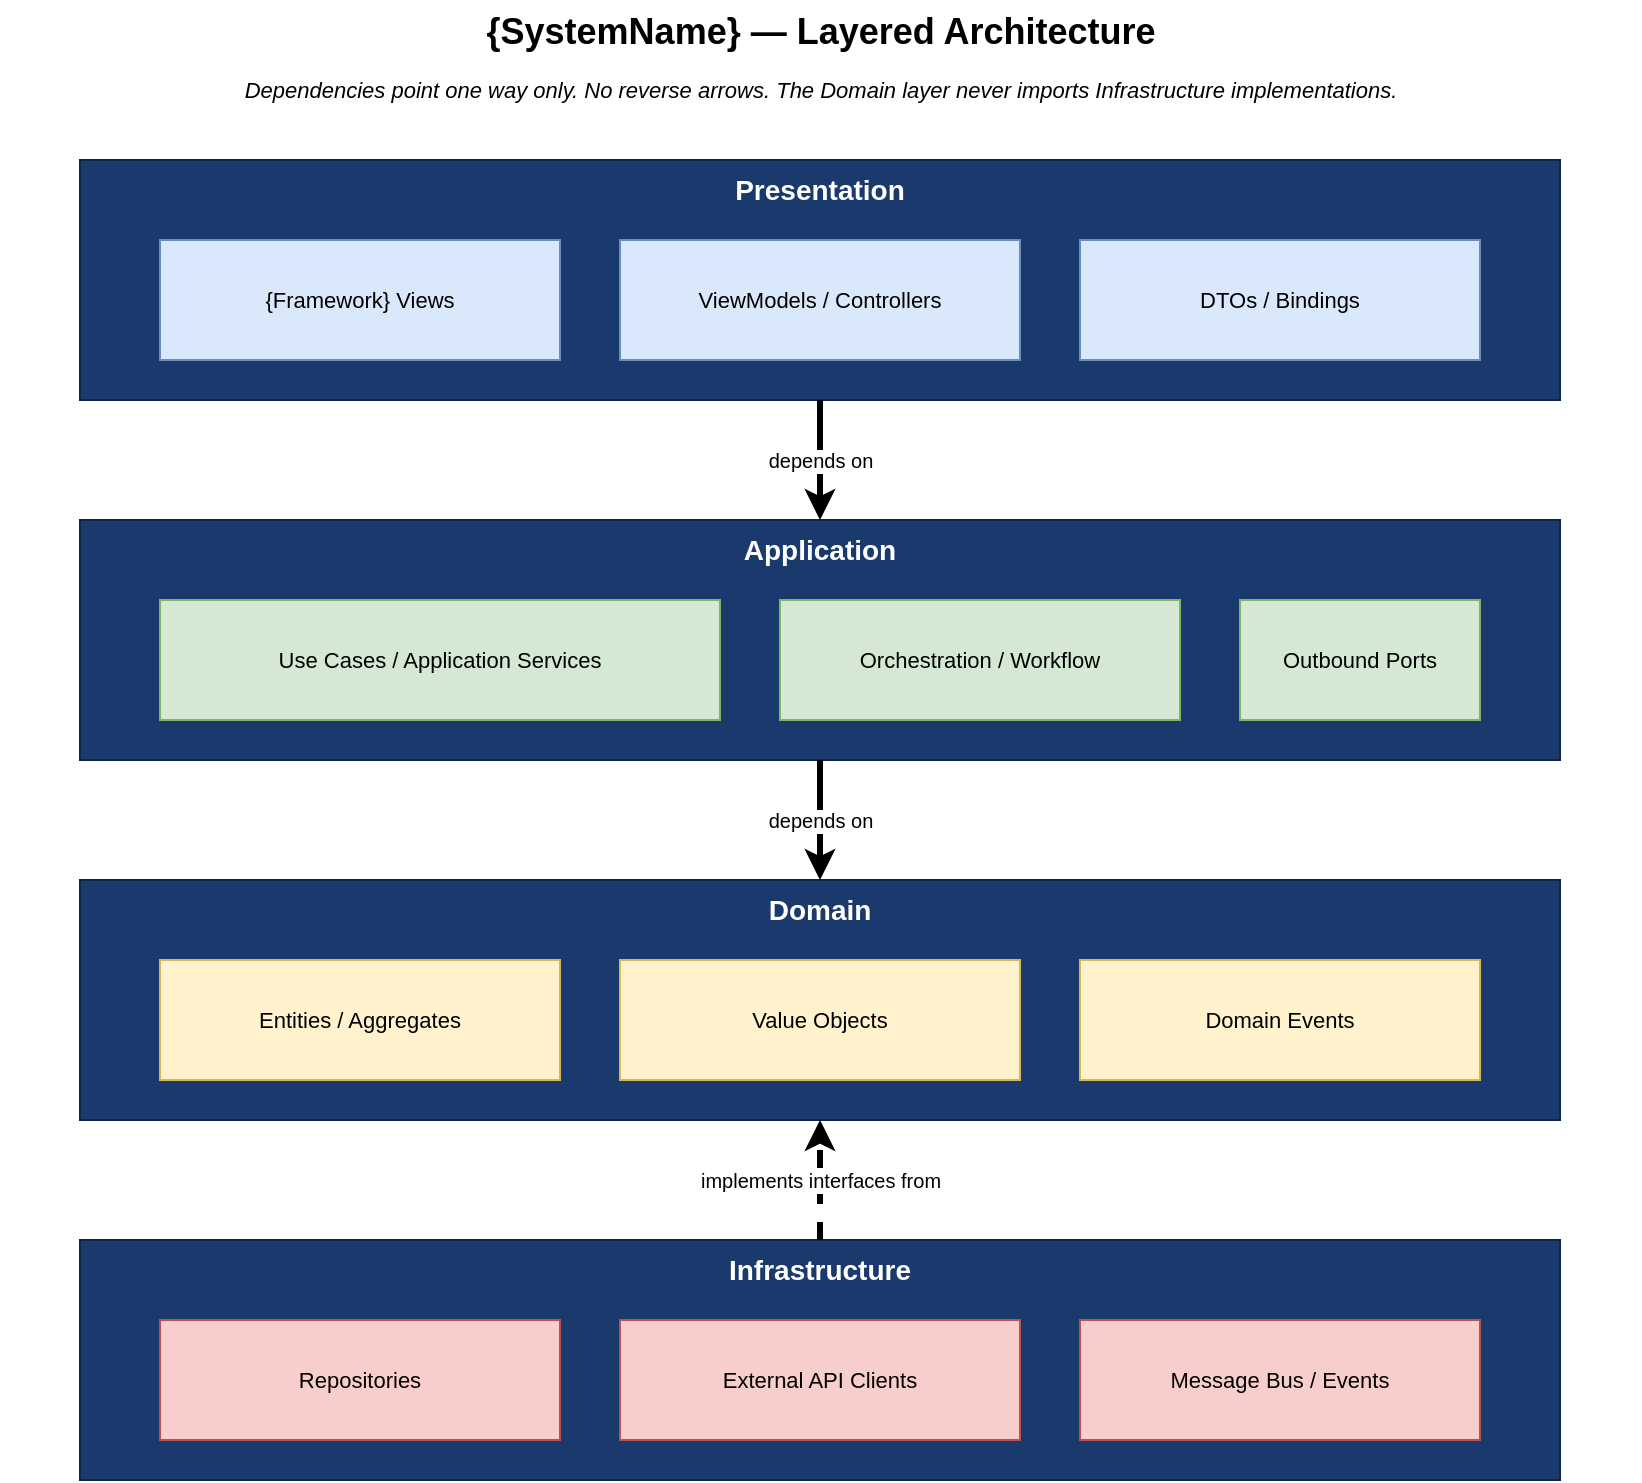
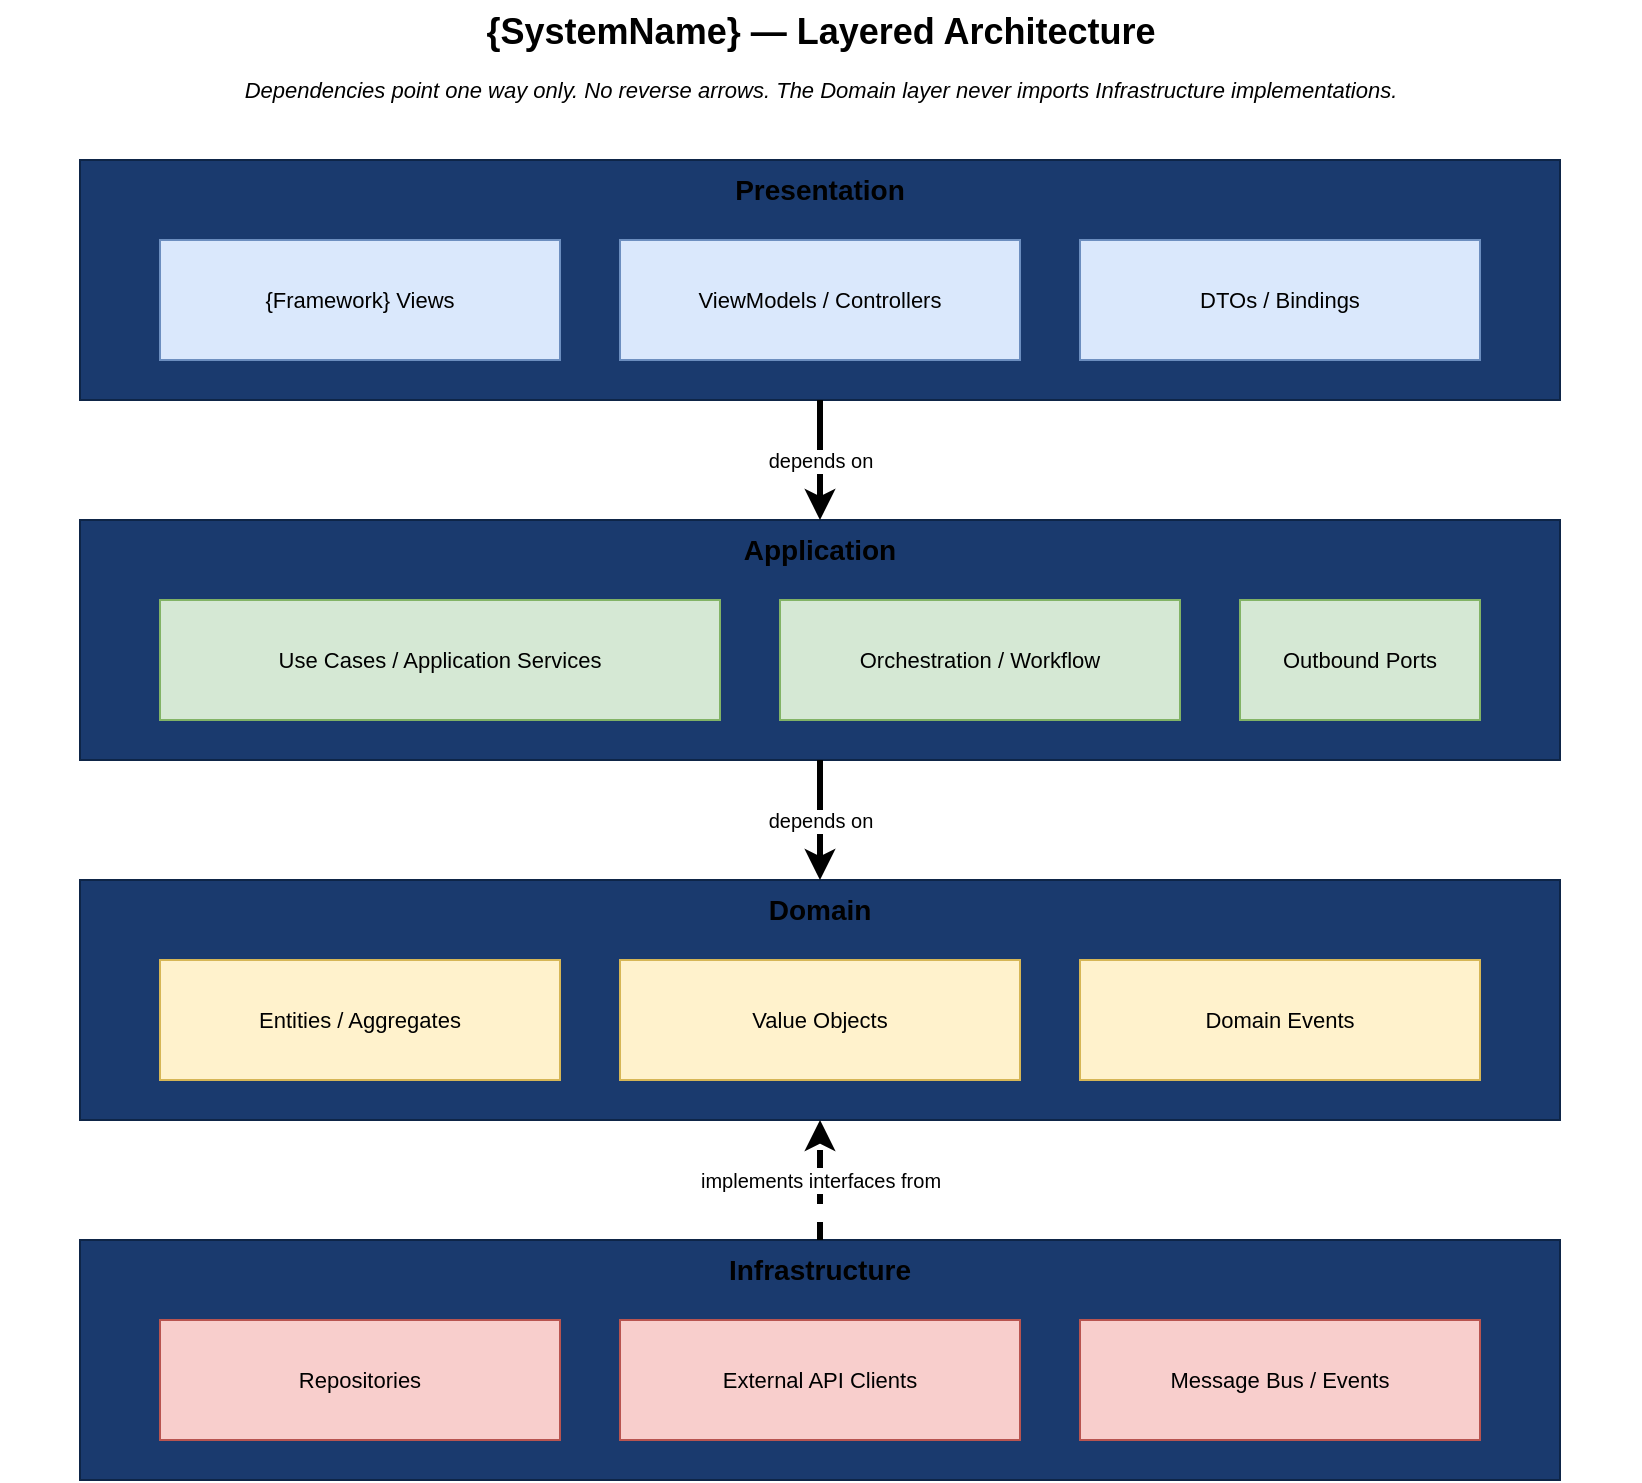
- <mxfile host="app.diagrams.net" type="device">
-   <diagram id="layered-architecture" name="Layered Architecture">
-     <mxGraphModel dx="1422" dy="757" grid="1" gridSize="10" guides="1" tooltips="1" connect="1" arrows="1" fold="1" page="1" pageScale="1" pageWidth="900" pageHeight="900" math="0" shadow="0">
-       <root>
-         <mxCell id="0"/>
-         <mxCell id="1" parent="0"/>
- 
-         <!-- TITLE -->
-         <mxCell id="title" value="{SystemName} — Layered Architecture" style="text;html=1;align=center;verticalAlign=middle;fontSize=18;fontStyle=1;" vertex="1" parent="1">
-           <mxGeometry x="40" y="20" width="820" height="32" as="geometry"/>
-         </mxCell>
-         <mxCell id="subtitle" value="Dependencies point one way only. No reverse arrows. The Domain layer never imports Infrastructure implementations." style="text;html=1;align=center;verticalAlign=middle;fontSize=11;fontStyle=2;" vertex="1" parent="1">
-           <mxGeometry x="40" y="55" width="820" height="20" as="geometry"/>
-         </mxCell>
- 
-         <!-- ========== PRESENTATION LAYER ========== -->
-         <mxCell id="presentation" value="Presentation" style="rounded=0;whiteSpace=wrap;html=1;fillColor=#1a3a6e;strokeColor=#0e2547;fontColor=#ffffff;fontSize=14;fontStyle=1;verticalAlign=top;" vertex="1" parent="1">
-           <mxGeometry x="80" y="100" width="740" height="120" as="geometry"/>
-         </mxCell>
-         <mxCell id="presView" value="{Framework} Views" style="rounded=0;whiteSpace=wrap;html=1;fillColor=#dae8fc;strokeColor=#6c8ebf;fontSize=11;" vertex="1" parent="1">
-           <mxGeometry x="120" y="140" width="200" height="60" as="geometry"/>
-         </mxCell>
-         <mxCell id="presVm" value="ViewModels / Controllers" style="rounded=0;whiteSpace=wrap;html=1;fillColor=#dae8fc;strokeColor=#6c8ebf;fontSize=11;" vertex="1" parent="1">
-           <mxGeometry x="350" y="140" width="200" height="60" as="geometry"/>
-         </mxCell>
-         <mxCell id="presDto" value="DTOs / Bindings" style="rounded=0;whiteSpace=wrap;html=1;fillColor=#dae8fc;strokeColor=#6c8ebf;fontSize=11;" vertex="1" parent="1">
-           <mxGeometry x="580" y="140" width="200" height="60" as="geometry"/>
-         </mxCell>
- 
-         <!-- ========== APPLICATION LAYER ========== -->
-         <mxCell id="application" value="Application" style="rounded=0;whiteSpace=wrap;html=1;fillColor=#1a3a6e;strokeColor=#0e2547;fontColor=#ffffff;fontSize=14;fontStyle=1;verticalAlign=top;" vertex="1" parent="1">
-           <mxGeometry x="80" y="280" width="740" height="120" as="geometry"/>
-         </mxCell>
-         <mxCell id="appUseCases" value="Use Cases / Application Services" style="rounded=0;whiteSpace=wrap;html=1;fillColor=#d5e8d4;strokeColor=#82b366;fontSize=11;" vertex="1" parent="1">
-           <mxGeometry x="120" y="320" width="280" height="60" as="geometry"/>
-         </mxCell>
-         <mxCell id="appOrch" value="Orchestration / Workflow" style="rounded=0;whiteSpace=wrap;html=1;fillColor=#d5e8d4;strokeColor=#82b366;fontSize=11;" vertex="1" parent="1">
-           <mxGeometry x="430" y="320" width="200" height="60" as="geometry"/>
-         </mxCell>
-         <mxCell id="appPort" value="Outbound Ports" style="rounded=0;whiteSpace=wrap;html=1;fillColor=#d5e8d4;strokeColor=#82b366;fontSize=11;" vertex="1" parent="1">
-           <mxGeometry x="660" y="320" width="120" height="60" as="geometry"/>
-         </mxCell>
- 
-         <!-- ========== DOMAIN LAYER ========== -->
-         <mxCell id="domain" value="Domain" style="rounded=0;whiteSpace=wrap;html=1;fillColor=#1a3a6e;strokeColor=#0e2547;fontColor=#ffffff;fontSize=14;fontStyle=1;verticalAlign=top;" vertex="1" parent="1">
-           <mxGeometry x="80" y="460" width="740" height="120" as="geometry"/>
-         </mxCell>
-         <mxCell id="domEntities" value="Entities / Aggregates" style="rounded=0;whiteSpace=wrap;html=1;fillColor=#fff2cc;strokeColor=#d6b656;fontSize=11;" vertex="1" parent="1">
-           <mxGeometry x="120" y="500" width="200" height="60" as="geometry"/>
-         </mxCell>
-         <mxCell id="domValues" value="Value Objects" style="rounded=0;whiteSpace=wrap;html=1;fillColor=#fff2cc;strokeColor=#d6b656;fontSize=11;" vertex="1" parent="1">
-           <mxGeometry x="350" y="500" width="200" height="60" as="geometry"/>
-         </mxCell>
-         <mxCell id="domEvents" value="Domain Events" style="rounded=0;whiteSpace=wrap;html=1;fillColor=#fff2cc;strokeColor=#d6b656;fontSize=11;" vertex="1" parent="1">
-           <mxGeometry x="580" y="500" width="200" height="60" as="geometry"/>
-         </mxCell>
- 
-         <!-- ========== INFRASTRUCTURE LAYER ========== -->
-         <mxCell id="infrastructure" value="Infrastructure" style="rounded=0;whiteSpace=wrap;html=1;fillColor=#1a3a6e;strokeColor=#0e2547;fontColor=#ffffff;fontSize=14;fontStyle=1;verticalAlign=top;" vertex="1" parent="1">
-           <mxGeometry x="80" y="640" width="740" height="120" as="geometry"/>
-         </mxCell>
-         <mxCell id="infraRepo" value="Repositories" style="rounded=0;whiteSpace=wrap;html=1;fillColor=#f8cecc;strokeColor=#b85450;fontSize=11;" vertex="1" parent="1">
-           <mxGeometry x="120" y="680" width="200" height="60" as="geometry"/>
-         </mxCell>
-         <mxCell id="infraExt" value="External API Clients" style="rounded=0;whiteSpace=wrap;html=1;fillColor=#f8cecc;strokeColor=#b85450;fontSize=11;" vertex="1" parent="1">
-           <mxGeometry x="350" y="680" width="200" height="60" as="geometry"/>
-         </mxCell>
-         <mxCell id="infraBus" value="Message Bus / Events" style="rounded=0;whiteSpace=wrap;html=1;fillColor=#f8cecc;strokeColor=#b85450;fontSize=11;" vertex="1" parent="1">
-           <mxGeometry x="580" y="680" width="200" height="60" as="geometry"/>
-         </mxCell>
- 
-         <!-- ========== DEPENDENCY ARROWS (one-way) ========== -->
-         <mxCell id="arr1" value="depends on" style="endArrow=classic;html=1;exitX=0.5;exitY=1;entryX=0.5;entryY=0;strokeWidth=3;fontSize=10;" edge="1" parent="1" source="presentation" target="application">
-           <mxGeometry relative="1" as="geometry"/>
-         </mxCell>
-         <mxCell id="arr2" value="depends on" style="endArrow=classic;html=1;exitX=0.5;exitY=1;entryX=0.5;entryY=0;strokeWidth=3;fontSize=10;" edge="1" parent="1" source="application" target="domain">
-           <mxGeometry relative="1" as="geometry"/>
-         </mxCell>
-         <mxCell id="arr3" value="implements interfaces from" style="endArrow=classic;html=1;exitX=0.5;exitY=0;entryX=0.5;entryY=1;dashed=1;strokeWidth=3;fontSize=10;" edge="1" parent="1" source="infrastructure" target="domain">
-           <mxGeometry relative="1" as="geometry"/>
-         </mxCell>
- 
-       </root>
-     </mxGraphModel>
-   </diagram>
- </mxfile>
+ <mxfile host="65bd71144e">
+     <diagram id="layered-architecture" name="Layered Architecture">
+         <mxGraphModel dx="666" dy="457" grid="1" gridSize="10" guides="1" tooltips="1" connect="1" arrows="1" fold="1" page="1" pageScale="1" pageWidth="900" pageHeight="900" math="0" shadow="0">
+             <root>
+                 <mxCell id="0"/>
+                 <mxCell id="1" parent="0"/>
+                 <mxCell id="title" value="{SystemName} — Layered Architecture" style="text;html=1;align=center;verticalAlign=middle;fontSize=18;fontStyle=1;fontColor=#000000;" parent="1" vertex="1">
+                     <mxGeometry x="40" y="20" width="820" height="32" as="geometry"/>
+                 </mxCell>
+                 <mxCell id="subtitle" value="Dependencies point one way only. No reverse arrows. The Domain layer never imports Infrastructure implementations." style="text;html=1;align=center;verticalAlign=middle;fontSize=11;fontStyle=2;fontColor=#000000;" parent="1" vertex="1">
+                     <mxGeometry x="40" y="55" width="820" height="20" as="geometry"/>
+                 </mxCell>
+                 <mxCell id="presentation" value="Presentation" style="rounded=0;whiteSpace=wrap;html=1;fillColor=#1a3a6e;strokeColor=#0e2547;fontColor=#000000;fontSize=14;fontStyle=1;verticalAlign=top;" parent="1" vertex="1">
+                     <mxGeometry x="80" y="100" width="740" height="120" as="geometry"/>
+                 </mxCell>
+                 <mxCell id="presView" value="{Framework} Views" style="rounded=0;whiteSpace=wrap;html=1;fillColor=#dae8fc;strokeColor=#6c8ebf;fontSize=11;fontColor=#000000;" parent="1" vertex="1">
+                     <mxGeometry x="120" y="140" width="200" height="60" as="geometry"/>
+                 </mxCell>
+                 <mxCell id="presVm" value="ViewModels / Controllers" style="rounded=0;whiteSpace=wrap;html=1;fillColor=#dae8fc;strokeColor=#6c8ebf;fontSize=11;fontColor=#000000;" parent="1" vertex="1">
+                     <mxGeometry x="350" y="140" width="200" height="60" as="geometry"/>
+                 </mxCell>
+                 <mxCell id="presDto" value="DTOs / Bindings" style="rounded=0;whiteSpace=wrap;html=1;fillColor=#dae8fc;strokeColor=#6c8ebf;fontSize=11;fontColor=#000000;" parent="1" vertex="1">
+                     <mxGeometry x="580" y="140" width="200" height="60" as="geometry"/>
+                 </mxCell>
+                 <mxCell id="application" value="Application" style="rounded=0;whiteSpace=wrap;html=1;fillColor=#1a3a6e;strokeColor=#0e2547;fontColor=#000000;fontSize=14;fontStyle=1;verticalAlign=top;" parent="1" vertex="1">
+                     <mxGeometry x="80" y="280" width="740" height="120" as="geometry"/>
+                 </mxCell>
+                 <mxCell id="appUseCases" value="Use Cases / Application Services" style="rounded=0;whiteSpace=wrap;html=1;fillColor=#d5e8d4;strokeColor=#82b366;fontSize=11;fontColor=#000000;" parent="1" vertex="1">
+                     <mxGeometry x="120" y="320" width="280" height="60" as="geometry"/>
+                 </mxCell>
+                 <mxCell id="appOrch" value="Orchestration / Workflow" style="rounded=0;whiteSpace=wrap;html=1;fillColor=#d5e8d4;strokeColor=#82b366;fontSize=11;fontColor=#000000;" parent="1" vertex="1">
+                     <mxGeometry x="430" y="320" width="200" height="60" as="geometry"/>
+                 </mxCell>
+                 <mxCell id="appPort" value="Outbound Ports" style="rounded=0;whiteSpace=wrap;html=1;fillColor=#d5e8d4;strokeColor=#82b366;fontSize=11;fontColor=#000000;" parent="1" vertex="1">
+                     <mxGeometry x="660" y="320" width="120" height="60" as="geometry"/>
+                 </mxCell>
+                 <mxCell id="domain" value="Domain" style="rounded=0;whiteSpace=wrap;html=1;fillColor=#1a3a6e;strokeColor=#0e2547;fontColor=#000000;fontSize=14;fontStyle=1;verticalAlign=top;" parent="1" vertex="1">
+                     <mxGeometry x="80" y="460" width="740" height="120" as="geometry"/>
+                 </mxCell>
+                 <mxCell id="domEntities" value="Entities / Aggregates" style="rounded=0;whiteSpace=wrap;html=1;fillColor=#fff2cc;strokeColor=#d6b656;fontSize=11;fontColor=#000000;" parent="1" vertex="1">
+                     <mxGeometry x="120" y="500" width="200" height="60" as="geometry"/>
+                 </mxCell>
+                 <mxCell id="domValues" value="Value Objects" style="rounded=0;whiteSpace=wrap;html=1;fillColor=#fff2cc;strokeColor=#d6b656;fontSize=11;fontColor=#000000;" parent="1" vertex="1">
+                     <mxGeometry x="350" y="500" width="200" height="60" as="geometry"/>
+                 </mxCell>
+                 <mxCell id="domEvents" value="Domain Events" style="rounded=0;whiteSpace=wrap;html=1;fillColor=#fff2cc;strokeColor=#d6b656;fontSize=11;fontColor=#000000;" parent="1" vertex="1">
+                     <mxGeometry x="580" y="500" width="200" height="60" as="geometry"/>
+                 </mxCell>
+                 <mxCell id="infrastructure" value="Infrastructure" style="rounded=0;whiteSpace=wrap;html=1;fillColor=#1a3a6e;strokeColor=#0e2547;fontColor=#000000;fontSize=14;fontStyle=1;verticalAlign=top;" parent="1" vertex="1">
+                     <mxGeometry x="80" y="640" width="740" height="120" as="geometry"/>
+                 </mxCell>
+                 <mxCell id="infraRepo" value="Repositories" style="rounded=0;whiteSpace=wrap;html=1;fillColor=#f8cecc;strokeColor=#b85450;fontSize=11;fontColor=#000000;" parent="1" vertex="1">
+                     <mxGeometry x="120" y="680" width="200" height="60" as="geometry"/>
+                 </mxCell>
+                 <mxCell id="infraExt" value="External API Clients" style="rounded=0;whiteSpace=wrap;html=1;fillColor=#f8cecc;strokeColor=#b85450;fontSize=11;fontColor=#000000;" parent="1" vertex="1">
+                     <mxGeometry x="350" y="680" width="200" height="60" as="geometry"/>
+                 </mxCell>
+                 <mxCell id="infraBus" value="Message Bus / Events" style="rounded=0;whiteSpace=wrap;html=1;fillColor=#f8cecc;strokeColor=#b85450;fontSize=11;fontColor=#000000;" parent="1" vertex="1">
+                     <mxGeometry x="580" y="680" width="200" height="60" as="geometry"/>
+                 </mxCell>
+                 <mxCell id="arr1" value="depends on" style="endArrow=classic;html=1;exitX=0.5;exitY=1;entryX=0.5;entryY=0;strokeWidth=3;fontSize=10;fontColor=#000000;" parent="1" source="presentation" target="application" edge="1">
+                     <mxGeometry relative="1" as="geometry"/>
+                 </mxCell>
+                 <mxCell id="arr2" value="depends on" style="endArrow=classic;html=1;exitX=0.5;exitY=1;entryX=0.5;entryY=0;strokeWidth=3;fontSize=10;fontColor=#000000;" parent="1" source="application" target="domain" edge="1">
+                     <mxGeometry relative="1" as="geometry"/>
+                 </mxCell>
+                 <mxCell id="arr3" value="implements interfaces from" style="endArrow=classic;html=1;exitX=0.5;exitY=0;entryX=0.5;entryY=1;dashed=1;strokeWidth=3;fontSize=10;fontColor=#000000;" parent="1" source="infrastructure" target="domain" edge="1">
+                     <mxGeometry relative="1" as="geometry"/>
+                 </mxCell>
+             </root>
+         </mxGraphModel>
+     </diagram>
+ </mxfile>